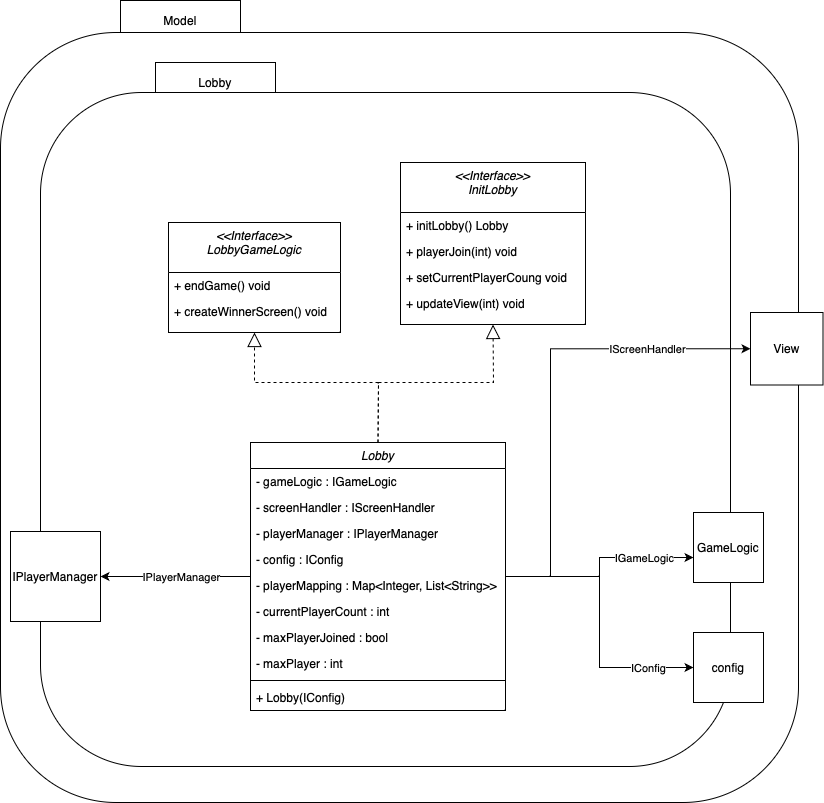
PrismFox/tron-game keeps this draw.io diagram as doku-game/Lobby-ClassDiagramm.drawio.png. Above is the earlier version. Source tidied: cells renumbered, new cells last; positions are measured from the earlier drawing's top-left corner, leaving out a move shared by most shapes. The source it was exported from:
```xml
<mxGraphModel>
  <root>
    <mxCell id="0" />
    <mxCell id="1" parent="0" />
    <mxCell id="2" value="Model" style="rounded=1;whiteSpace=wrap;html=1;arcSize=0;" parent="1" vertex="1">
      <mxGeometry x="120" width="120" height="40" as="geometry" />
    </mxCell>
    <mxCell id="3" style="rounded=1;whiteSpace=wrap;html=1;" parent="1" vertex="1">
      <mxGeometry y="32" width="798" height="770" as="geometry" />
    </mxCell>
    <mxCell id="4" value="Lobby" style="rounded=1;whiteSpace=wrap;html=1;arcSize=0;" parent="1" vertex="1">
      <mxGeometry x="155" y="62" width="120" height="40" as="geometry" />
    </mxCell>
    <mxCell id="5" style="rounded=1;whiteSpace=wrap;html=1;" parent="1" vertex="1">
      <mxGeometry x="40" y="92" width="690" height="674" as="geometry" />
    </mxCell>
    <mxCell id="6" style="edgeStyle=orthogonalEdgeStyle;rounded=0;jettySize=auto;html=1;entryX=0;entryY=0.5;entryDx=0;entryDy=0;" parent="1" edge="1" source="14" target="33">
      <mxGeometry relative="1" as="geometry">
        <Array as="points">
          <mxPoint x="550" y="576" />
          <mxPoint x="550" y="348" />
        </Array>
      </mxGeometry>
    </mxCell>
    <mxCell id="7" value="IScreenHandler" style="edgeLabel;html=1;align=center;verticalAlign=middle;" parent="6" vertex="1">
      <mxGeometry x="0.43" y="-1" relative="1" as="geometry">
        <mxPoint x="32" y="-1" as="offset" />
      </mxGeometry>
    </mxCell>
    <mxCell id="8" style="edgeStyle=orthogonalEdgeStyle;rounded=0;jettySize=auto;html=1;entryX=0;entryY=0.5;entryDx=0;entryDy=0;" parent="1" edge="1" source="14" target="34">
      <mxGeometry relative="1" as="geometry" />
    </mxCell>
    <mxCell id="9" value="IConfig" style="edgeLabel;html=1;align=center;verticalAlign=middle;" parent="8" vertex="1">
      <mxGeometry x="0.45" y="2" relative="1" as="geometry">
        <mxPoint x="31" y="2" as="offset" />
      </mxGeometry>
    </mxCell>
    <mxCell id="10" style="edgeStyle=orthogonalEdgeStyle;rounded=0;jettySize=auto;html=1;entryX=0;entryY=0.643;entryDx=0;entryDy=0;entryPerimeter=0;" parent="1" edge="1" source="14" target="35">
      <mxGeometry relative="1" as="geometry" />
    </mxCell>
    <mxCell id="11" value="IGameLogic" style="edgeLabel;html=1;align=center;verticalAlign=middle;" parent="10" vertex="1">
      <mxGeometry x="0.65" y="-1" relative="1" as="geometry">
        <mxPoint x="-13" y="-1" as="offset" />
      </mxGeometry>
    </mxCell>
    <mxCell id="12" style="edgeStyle=orthogonalEdgeStyle;rounded=0;jettySize=auto;html=1;entryX=1;entryY=0.5;entryDx=0;entryDy=0;" parent="1" edge="1" source="14" target="38">
      <mxGeometry relative="1" as="geometry" />
    </mxCell>
    <mxCell id="13" value="IPlayerManager" style="edgeLabel;html=1;align=center;verticalAlign=middle;" parent="12" vertex="1">
      <mxGeometry x="-0.33" y="-1" relative="1" as="geometry">
        <mxPoint x="-20" y="1" as="offset" />
      </mxGeometry>
    </mxCell>
    <mxCell id="14" value="Lobby" style="swimlane;fontStyle=2;align=center;verticalAlign=top;horizontal=1;startSize=26;rounded=0;shadow=0;strokeWidth=1;" parent="1" vertex="1">
      <mxGeometry x="250" y="442" width="255" height="268" as="geometry" />
    </mxCell>
    <mxCell id="15" value="- gameLogic : IGameLogic" style="text;align=left;verticalAlign=top;spacingLeft=4;spacingRight=4;overflow=hidden;" parent="14" vertex="1">
      <mxGeometry y="26" width="255" height="26" as="geometry" />
    </mxCell>
    <mxCell id="16" value="- screenHandler : IScreenHandler" style="text;align=left;verticalAlign=top;spacingLeft=4;spacingRight=4;overflow=hidden;" parent="14" vertex="1">
      <mxGeometry y="52" width="255" height="26" as="geometry" />
    </mxCell>
    <mxCell id="17" value="- playerManager : IPlayerManager" style="text;align=left;verticalAlign=top;spacingLeft=4;spacingRight=4;overflow=hidden;" parent="14" vertex="1">
      <mxGeometry y="78" width="255" height="26" as="geometry" />
    </mxCell>
    <mxCell id="18" value="- config : IConfig" style="text;align=left;verticalAlign=top;spacingLeft=4;spacingRight=4;overflow=hidden;" parent="14" vertex="1">
      <mxGeometry y="104" width="255" height="26" as="geometry" />
    </mxCell>
    <mxCell id="19" value="- playerMapping : Map&lt;Integer, List&lt;String&gt;&gt;" style="text;align=left;verticalAlign=top;spacingLeft=4;spacingRight=4;overflow=hidden;" parent="14" vertex="1">
      <mxGeometry y="130" width="255" height="26" as="geometry" />
    </mxCell>
    <mxCell id="20" value="- currentPlayerCount : int" style="text;align=left;verticalAlign=top;spacingLeft=4;spacingRight=4;overflow=hidden;" parent="14" vertex="1">
      <mxGeometry y="156" width="255" height="26" as="geometry" />
    </mxCell>
    <mxCell id="21" value="- maxPlayerJoined : bool" style="text;align=left;verticalAlign=top;spacingLeft=4;spacingRight=4;overflow=hidden;" parent="14" vertex="1">
      <mxGeometry y="182" width="255" height="26" as="geometry" />
    </mxCell>
    <mxCell id="22" value="- maxPlayer : int" style="text;align=left;verticalAlign=top;spacingLeft=4;spacingRight=4;overflow=hidden;" parent="14" vertex="1">
      <mxGeometry y="208" width="255" height="26" as="geometry" />
    </mxCell>
    <mxCell id="23" style="line;html=1;strokeWidth=1;align=left;verticalAlign=middle;spacingTop=-1;spacingLeft=3;spacingRight=3;labelPosition=right;" parent="14" vertex="1">
      <mxGeometry y="234" width="255" height="8" as="geometry" />
    </mxCell>
    <mxCell id="24" value="+ Lobby(IConfig)" style="text;align=left;verticalAlign=top;spacingLeft=4;spacingRight=4;overflow=hidden;" parent="14" vertex="1">
      <mxGeometry y="242" width="255" height="26" as="geometry" />
    </mxCell>
    <mxCell id="25" value="&lt;&lt;Interface&gt;&gt;&#10;LobbyGameLogic" style="swimlane;fontStyle=2;align=center;verticalAlign=top;horizontal=1;startSize=50;rounded=0;shadow=0;strokeWidth=1;" parent="1" vertex="1">
      <mxGeometry x="168" y="222" width="172" height="110" as="geometry" />
    </mxCell>
    <mxCell id="26" value="+ endGame() void" style="text;align=left;verticalAlign=top;spacingLeft=4;spacingRight=4;overflow=hidden;" parent="25" vertex="1">
      <mxGeometry y="50" width="172" height="26" as="geometry" />
    </mxCell>
    <mxCell id="27" value="+ createWinnerScreen() void" style="text;align=left;verticalAlign=top;spacingLeft=4;spacingRight=4;overflow=hidden;" parent="25" vertex="1">
      <mxGeometry y="76" width="172" height="26" as="geometry" />
    </mxCell>
    <mxCell id="28" value="&lt;&lt;Interface&gt;&gt;&#10;InitLobby" style="swimlane;fontStyle=2;align=center;verticalAlign=top;horizontal=1;startSize=50;rounded=0;shadow=0;strokeWidth=1;" parent="1" vertex="1">
      <mxGeometry x="400" y="162" width="185" height="162" as="geometry" />
    </mxCell>
    <mxCell id="29" value="+ initLobby() Lobby" style="text;align=left;verticalAlign=top;spacingLeft=4;spacingRight=4;overflow=hidden;" parent="28" vertex="1">
      <mxGeometry y="50" width="185" height="26" as="geometry" />
    </mxCell>
    <mxCell id="30" value="+ playerJoin(int) void" style="text;align=left;verticalAlign=top;spacingLeft=4;spacingRight=4;overflow=hidden;" parent="28" vertex="1">
      <mxGeometry y="76" width="185" height="26" as="geometry" />
    </mxCell>
    <mxCell id="31" value="+ setCurrentPlayerCoung void" style="text;align=left;verticalAlign=top;spacingLeft=4;spacingRight=4;overflow=hidden;" parent="28" vertex="1">
      <mxGeometry y="102" width="185" height="26" as="geometry" />
    </mxCell>
    <mxCell id="32" value="+ updateView(int) void" style="text;align=left;verticalAlign=top;spacingLeft=4;spacingRight=4;overflow=hidden;" parent="28" vertex="1">
      <mxGeometry y="128" width="185" height="26" as="geometry" />
    </mxCell>
    <mxCell id="33" value="View" style="whiteSpace=wrap;html=1;" parent="1" vertex="1">
      <mxGeometry x="750" y="312" width="72.5" height="72.5" as="geometry" />
    </mxCell>
    <mxCell id="34" value="config" style="whiteSpace=wrap;html=1;" parent="1" vertex="1">
      <mxGeometry x="693" y="632" width="70" height="70" as="geometry" />
    </mxCell>
    <mxCell id="35" value="GameLogic" style="whiteSpace=wrap;html=1;" parent="1" vertex="1">
      <mxGeometry x="693" y="512" width="70" height="70" as="geometry" />
    </mxCell>
    <mxCell id="36" style="endArrow=block;dashed=1;endFill=0;endSize=12;html=1;rounded=0;exitX=0.5;exitY=0;exitDx=0;exitDy=0;entryX=0.5;entryY=1;entryDx=0;entryDy=0;" parent="1" edge="1" source="14" target="28">
      <mxGeometry relative="1" as="geometry">
        <Array as="points">
          <mxPoint x="378" y="382" />
          <mxPoint x="493" y="382" />
        </Array>
      </mxGeometry>
    </mxCell>
    <mxCell id="37" style="endArrow=block;dashed=1;endFill=0;endSize=12;html=1;rounded=0;exitX=0.5;exitY=0;exitDx=0;exitDy=0;entryX=0.5;entryY=1;entryDx=0;entryDy=0;" parent="1" edge="1" source="14" target="25">
      <mxGeometry relative="1" as="geometry">
        <Array as="points">
          <mxPoint x="378" y="382" />
          <mxPoint x="254" y="382" />
        </Array>
      </mxGeometry>
    </mxCell>
    <mxCell id="38" value="IPlayerManager" style="whiteSpace=wrap;html=1;" parent="1" vertex="1">
      <mxGeometry x="10" y="531" width="90" height="90" as="geometry" />
    </mxCell>
  </root>
</mxGraphModel>
```
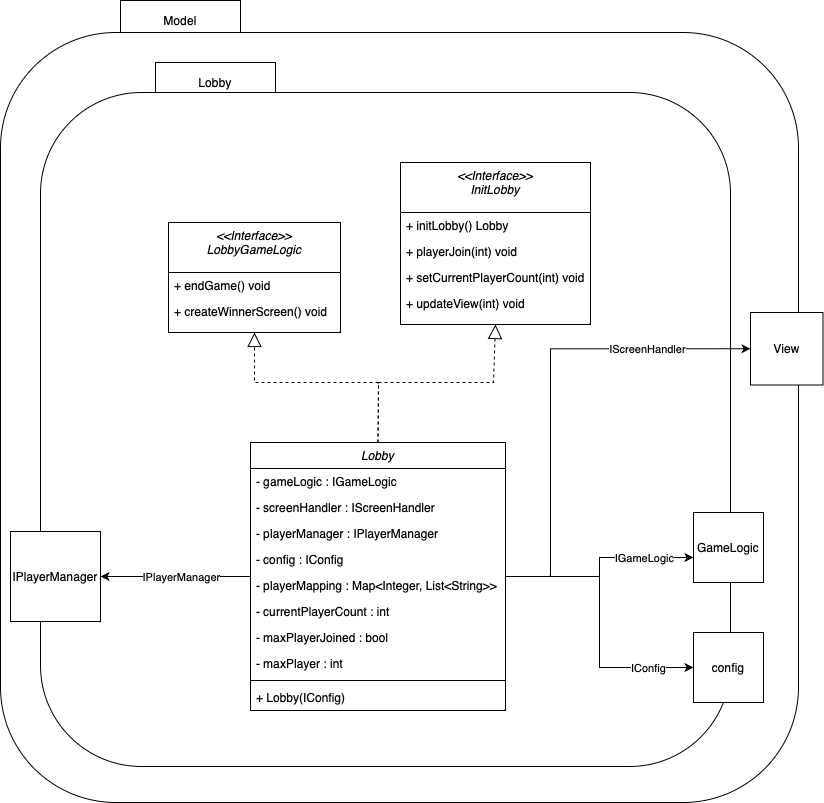
After the change.

Diff of the diagram source:
```diff
@@ -94,19 +94,19 @@
       <mxGeometry y="76" width="172" height="26" as="geometry" />
     </mxCell>
     <mxCell id="28" value="&lt;&lt;Interface&gt;&gt;&#10;InitLobby" style="swimlane;fontStyle=2;align=center;verticalAlign=top;horizontal=1;startSize=50;rounded=0;shadow=0;strokeWidth=1;" parent="1" vertex="1">
-      <mxGeometry x="400" y="162" width="185" height="162" as="geometry" />
+      <mxGeometry x="400" y="162" width="190" height="162" as="geometry" />
     </mxCell>
     <mxCell id="29" value="+ initLobby() Lobby" style="text;align=left;verticalAlign=top;spacingLeft=4;spacingRight=4;overflow=hidden;" parent="28" vertex="1">
-      <mxGeometry y="50" width="185" height="26" as="geometry" />
+      <mxGeometry y="50" width="190" height="26" as="geometry" />
     </mxCell>
     <mxCell id="30" value="+ playerJoin(int) void" style="text;align=left;verticalAlign=top;spacingLeft=4;spacingRight=4;overflow=hidden;" parent="28" vertex="1">
-      <mxGeometry y="76" width="185" height="26" as="geometry" />
+      <mxGeometry y="76" width="190" height="26" as="geometry" />
     </mxCell>
-    <mxCell id="31" value="+ setCurrentPlayerCoung void" style="text;align=left;verticalAlign=top;spacingLeft=4;spacingRight=4;overflow=hidden;" parent="28" vertex="1">
-      <mxGeometry y="102" width="185" height="26" as="geometry" />
+    <mxCell id="31" value="+ setCurrentPlayerCount(int) void" style="text;align=left;verticalAlign=top;spacingLeft=4;spacingRight=4;overflow=hidden;" parent="28" vertex="1">
+      <mxGeometry y="102" width="190" height="26" as="geometry" />
     </mxCell>
     <mxCell id="32" value="+ updateView(int) void" style="text;align=left;verticalAlign=top;spacingLeft=4;spacingRight=4;overflow=hidden;" parent="28" vertex="1">
-      <mxGeometry y="128" width="185" height="26" as="geometry" />
+      <mxGeometry y="128" width="190" height="26" as="geometry" />
     </mxCell>
     <mxCell id="33" value="View" style="whiteSpace=wrap;html=1;" parent="1" vertex="1">
       <mxGeometry x="750" y="312" width="72.5" height="72.5" as="geometry" />
```
